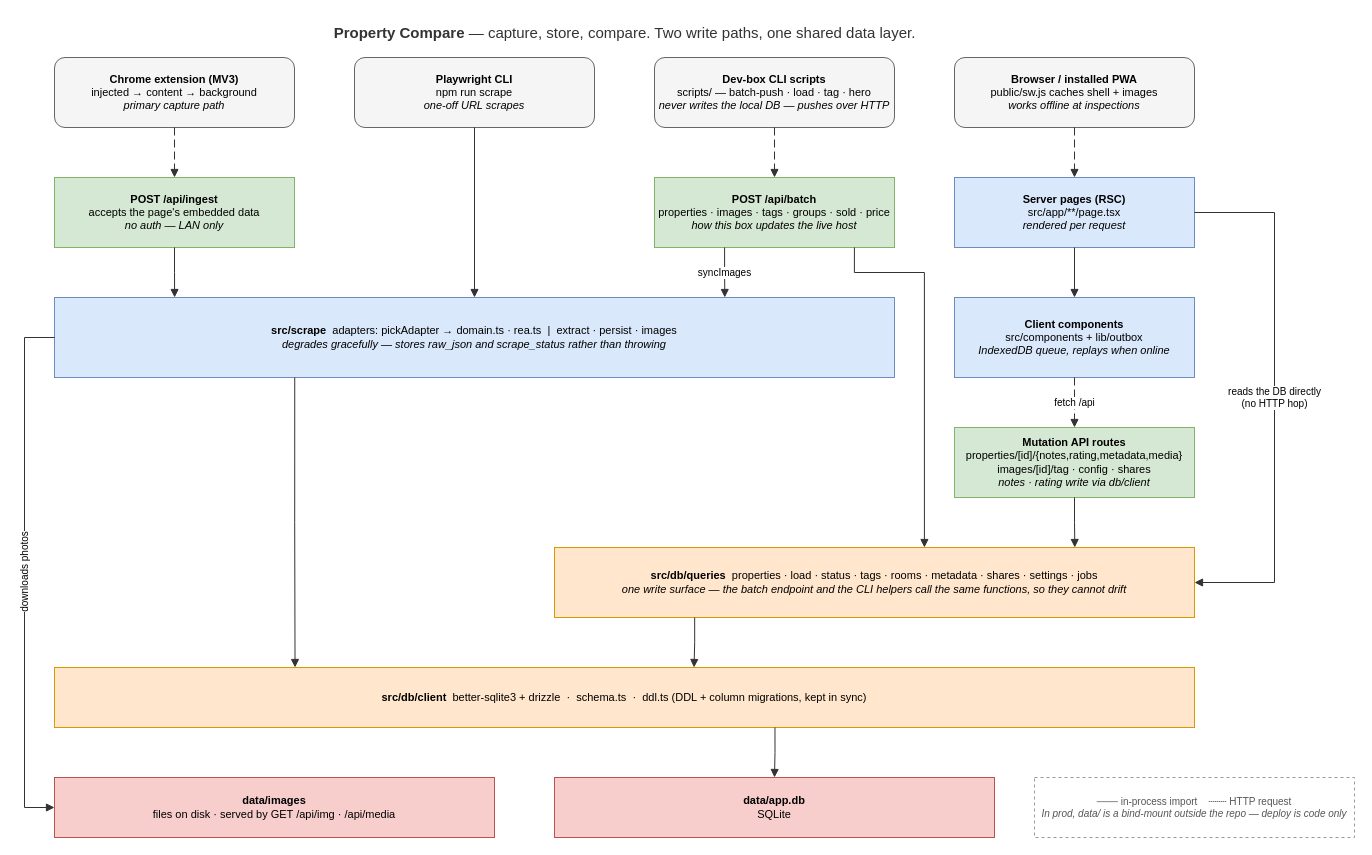
The draw.io diagram docs/architecture.drawio in GerhardvanZyl/master-of-my-domain, before the edit. Source tidied: cells renumbered, new cells numbered last; positions are measured from the earlier drawing's top-left corner, leaving out a move shared by most shapes. Both pictures are drawn from the tidied source at 100%, with x=0, y=0 at pixel (24, 17).
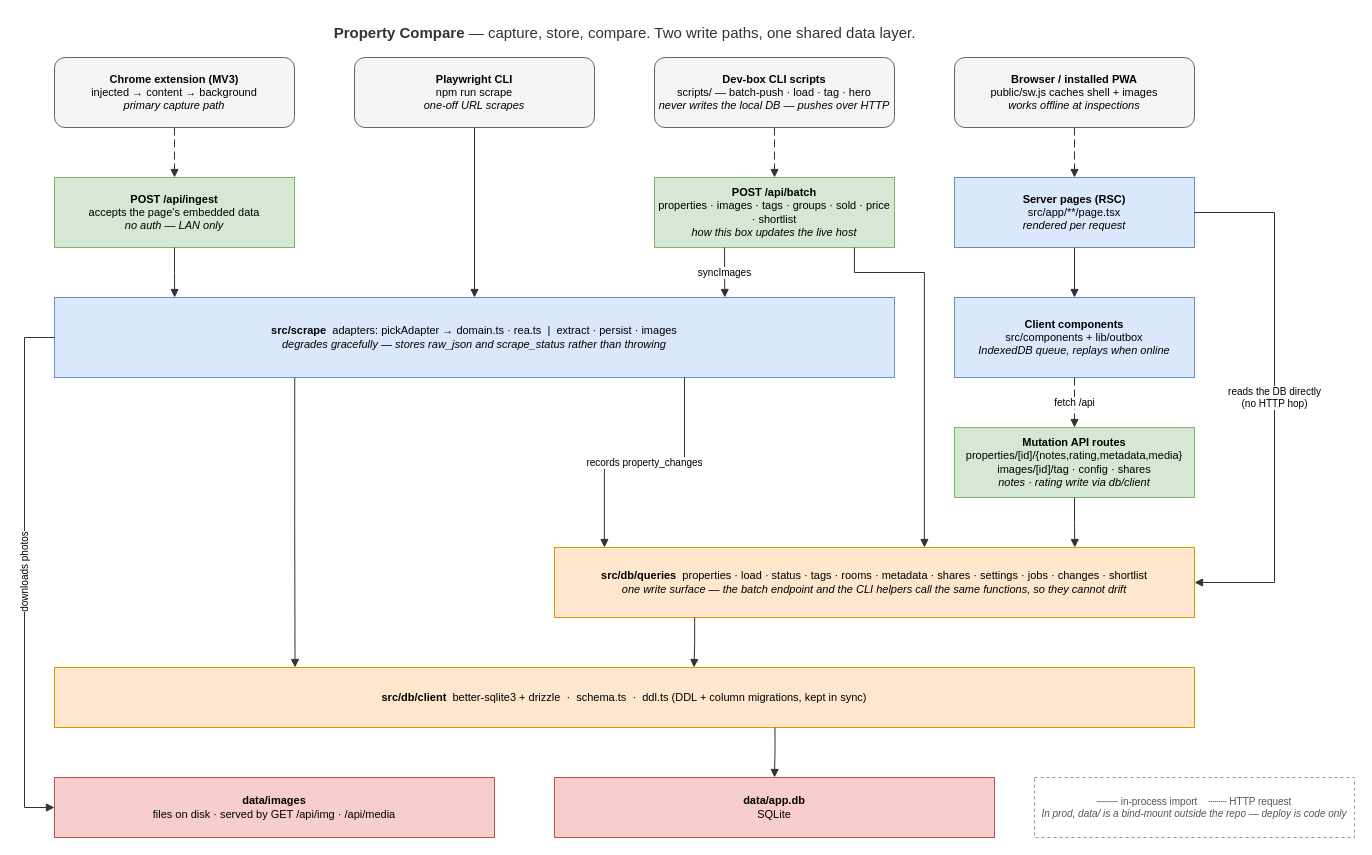
The same page after the edit.

The change refers to these unchanged cells:
```xml
<mxCell id="10" value="&lt;b&gt;src/scrape&lt;/b&gt;&amp;nbsp;&amp;nbsp;adapters: pickAdapter → domain.ts · rea.ts&amp;nbsp;&amp;nbsp;|&amp;nbsp;&amp;nbsp;extract · persist · images&lt;br&gt;&lt;i&gt;degrades gracefully — stores raw_json and scrape_status rather than throwing&lt;/i&gt;" style="rounded=0;whiteSpace=wrap;html=1;fillColor=#dae8fc;strokeColor=#6c8ebf;fontSize=11;verticalAlign=middle;" parent="1" vertex="1">
  <mxGeometry x="30" y="280" width="840" height="80" as="geometry" />
</mxCell>
```

Diff of the diagram source:
```diff
@@
-    <mxCell id="8" value="&lt;b&gt;POST /api/batch&lt;/b&gt;&lt;br&gt;properties · images · tags · groups · sold · price&lt;br&gt;&lt;i&gt;how this box updates the live host&lt;/i&gt;" style="rounded=0;whiteSpace=wrap;html=1;fillColor=#d5e8d4;strokeColor=#82b366;fontSize=11;" parent="1" vertex="1">
+    <mxCell id="8" value="&lt;b&gt;POST /api/batch&lt;/b&gt;&lt;br&gt;properties · images · tags · groups · sold · price · shortlist&lt;br&gt;&lt;i&gt;how this box updates the live host&lt;/i&gt;" style="rounded=0;whiteSpace=wrap;html=1;fillColor=#d5e8d4;strokeColor=#82b366;fontSize=11;" parent="1" vertex="1">
       <mxGeometry x="630" y="160" width="240" height="70" as="geometry" />
     </mxCell>
@@
-    <mxCell id="13" value="&lt;b&gt;src/db/queries&lt;/b&gt;&amp;nbsp;&amp;nbsp;properties · load · status · tags · rooms · metadata · shares · settings · jobs&lt;br&gt;&lt;i&gt;one write surface — the batch endpoint and the CLI helpers call the same functions, so they cannot drift&lt;/i&gt;" style="rounded=0;whiteSpace=wrap;html=1;fillColor=#ffe6cc;strokeColor=#d79b00;fontSize=11;" parent="1" vertex="1">
+    <mxCell id="13" value="&lt;b&gt;src/db/queries&lt;/b&gt;&amp;nbsp;&amp;nbsp;properties · load · status · tags · rooms · metadata · shares · settings · jobs · changes · shortlist&lt;br&gt;&lt;i&gt;one write surface — the batch endpoint and the CLI helpers call the same functions, so they cannot drift&lt;/i&gt;" style="rounded=0;whiteSpace=wrap;html=1;fillColor=#ffe6cc;strokeColor=#d79b00;fontSize=11;" parent="1" vertex="1">
       <mxGeometry x="530" y="530" width="640" height="70" as="geometry" />
     </mxCell>
@@
+    <mxCell id="33" value="records property_changes" style="edgeStyle=orthogonalEdgeStyle;rounded=0;html=1;exitX=0.75;exitY=1;exitDx=0;exitDy=0;entryX=0.078;entryY=0;entryDx=0;entryDy=0;strokeColor=#333333;endArrow=block;fontSize=10;labelBackgroundColor=#ffffff;" parent="1" edge="1" source="10" target="13">
+      <mxGeometry relative="1" as="geometry" />
+    </mxCell>
```
